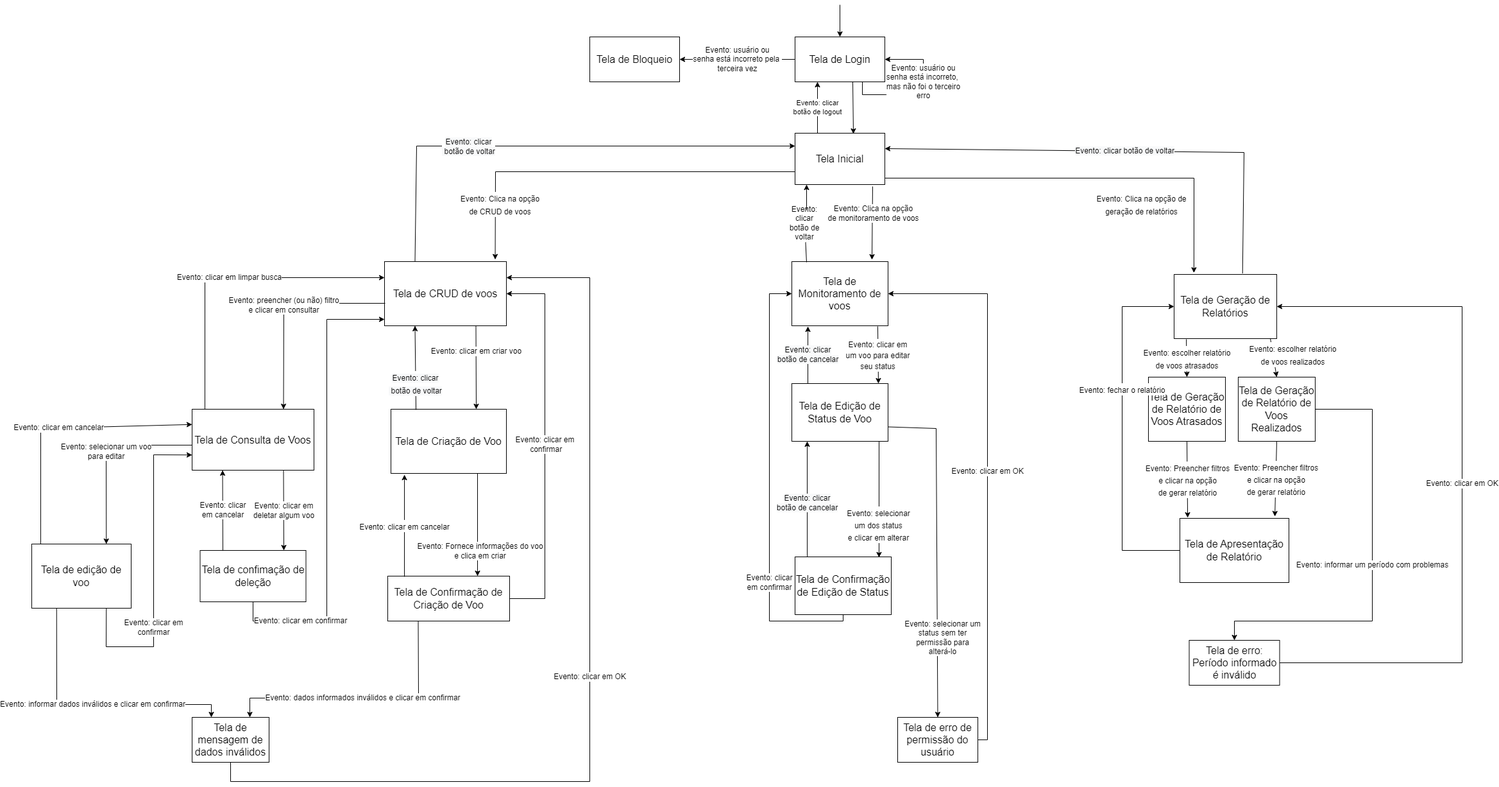
This is documentacao-final/Diagrama de Navegação.png from rafnakusp/projetoEngSoft, a draw.io export, as it was before one commit. Source tidied: cells renumbered, new cells last; positions are measured from the earlier drawing's top-left corner, leaving out a move shared by most shapes.
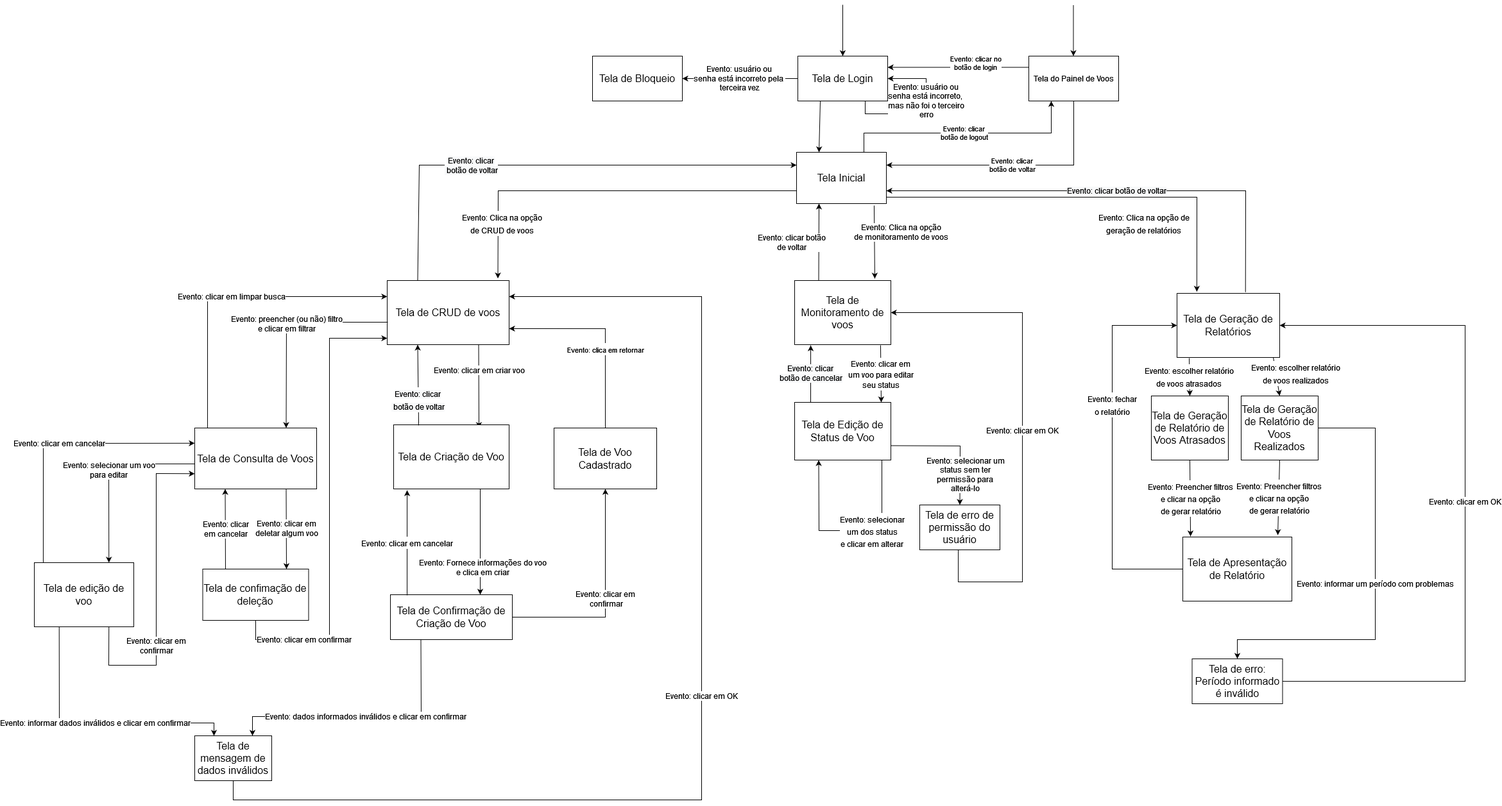
The same file after the commit.

Commit message:
Atualização: Diagrama de Navegação

Diff of the diagram source:
```diff
@@ -6,3 +6,3 @@
       <mxGeometry relative="1" as="geometry">
-        <mxPoint x="1260" as="sourcePoint" />
+        <mxPoint x="1260" y="-30" as="sourcePoint" />
       </mxGeometry>
@@ -16,8 +16,6 @@
     <mxCell id="5" value="Tela Inicial" style="rounded=0;whiteSpace=wrap;html=1;fontSize=16;" parent="1" vertex="1">
-      <mxGeometry x="1190" y="200" width="140" height="80" as="geometry" />
+      <mxGeometry x="1188" y="200" width="140" height="80" as="geometry" />
     </mxCell>
-    <mxCell id="6" style="endArrow=classic;html=1;rounded=0;entryX=0.65;entryY=0.013;entryDx=0;entryDy=0;startArrow=none;entryPerimeter=0;" parent="1" edge="1" target="5">
-      <mxGeometry relative="1" as="geometry">
-        <mxPoint x="1280" y="120" as="sourcePoint" />
-      </mxGeometry>
+    <mxCell id="6" style="endArrow=classic;html=1;rounded=0;entryX=0.25;entryY=0;entryDx=0;entryDy=0;startArrow=none;exitX=0.25;exitY=1;exitDx=0;exitDy=0;" parent="1" edge="1" source="4" target="5">
+      <mxGeometry relative="1" as="geometry" />
     </mxCell>
@@ -33,3 +31,5 @@
     <mxCell id="10" value="Evento: Clica na opção &lt;br&gt;de monitoramento de voos" style="edgeLabel;html=1;align=center;verticalAlign=middle;fontSize=12;" parent="9" vertex="1">
-      <mxGeometry x="-0.29" y="1" relative="1" as="geometry" />
+      <mxGeometry x="-0.29" y="1" relative="1" as="geometry">
+        <mxPoint x="40" as="offset" />
+      </mxGeometry>
     </mxCell>
@@ -62,14 +62,10 @@
     </mxCell>
-    <mxCell id="16" style="endArrow=classic;html=1;rounded=0;fontSize=12;startArrow=none;" parent="1" edge="1">
-      <mxGeometry relative="1" as="geometry">
-        <mxPoint x="1208" y="320" as="sourcePoint" />
-        <mxPoint x="1208" y="280" as="targetPoint" />
-      </mxGeometry>
+    <mxCell id="16" style="endArrow=classic;html=1;rounded=0;fontSize=12;startArrow=none;exitX=0.25;exitY=0;exitDx=0;exitDy=0;entryX=0.25;entryY=1;entryDx=0;entryDy=0;" parent="1" edge="1" source="8" target="5">
+      <mxGeometry relative="1" as="geometry" />
     </mxCell>
-    <mxCell id="17" value="Evento: clicar botão de voltar" style="text;html=1;strokeColor=none;fillColor=none;align=center;verticalAlign=middle;whiteSpace=wrap;rounded=0;fontSize=12;" parent="1" vertex="1">
-      <mxGeometry x="1175" y="310" width="60" height="60" as="geometry" />
-    </mxCell>
-    <mxCell id="18" style="endArrow=none;html=1;rounded=0;fontSize=12;exitX=0.153;exitY=0.01;exitDx=0;exitDy=0;exitPerimeter=0;" parent="1" edge="1" source="8" target="17">
-      <mxGeometry relative="1" as="geometry" />
-    </mxCell>
+    <mxCell id="69" value="Evento: clicar botão &lt;br&gt;de voltar" style="edgeLabel;html=1;align=center;verticalAlign=middle;fontSize=12;" parent="16" vertex="1">
+      <mxGeometry x="0.33" y="1" relative="1" as="geometry">
+        <mxPoint x="-42" y="20" as="offset" />
+      </mxGeometry>
+    </mxCell>
     <mxCell id="19" style="endArrow=classic;html=1;rounded=0;fontSize=12;entryX=0;entryY=0.25;entryDx=0;entryDy=0;startArrow=none;exitX=0.25;exitY=0;exitDx=0;exitDy=0;" parent="1" edge="1" source="7" target="5">
@@ -84,7 +80,6 @@
     </mxCell>
-    <mxCell id="21" value="&lt;span style=&quot;background-color: rgb(248, 249, 250);&quot;&gt;Evento: clicar botão de voltar&lt;/span&gt;" style="endArrow=classic;html=1;rounded=0;fontSize=12;exitX=0.667;exitY=-0.017;exitDx=0;exitDy=0;exitPerimeter=0;" parent="1" edge="1" source="13">
+    <mxCell id="21" value="&lt;span style=&quot;background-color: rgb(248, 249, 250);&quot;&gt;Evento: clicar botão de voltar&lt;/span&gt;" style="endArrow=classic;html=1;rounded=0;fontSize=12;exitX=0.667;exitY=-0.017;exitDx=0;exitDy=0;exitPerimeter=0;entryX=1;entryY=0.75;entryDx=0;entryDy=0;" parent="1" edge="1" source="13" target="5">
       <mxGeometry relative="1" as="geometry">
-        <mxPoint x="1330" y="224" as="targetPoint" />
         <Array as="points">
-          <mxPoint x="1890" y="230" />
+          <mxPoint x="1888" y="260" />
         </Array>
@@ -128,7 +123,7 @@
     </mxCell>
-    <mxCell id="32" value="&lt;font style=&quot;font-size: 12px;&quot;&gt;Evento: fechar o relatório&lt;/font&gt;" style="endArrow=classic;html=1;rounded=0;fontSize=16;exitX=0;exitY=0.5;exitDx=0;exitDy=0;entryX=0;entryY=0.5;entryDx=0;entryDy=0;" parent="1" edge="1" source="29" target="13">
+    <mxCell id="32" value="&lt;div&gt;&lt;font style=&quot;font-size: 12px;&quot;&gt;Evento: fechar &lt;br&gt;&lt;/font&gt;&lt;/div&gt;&lt;div&gt;&lt;font style=&quot;font-size: 12px;&quot;&gt;o relatório&lt;/font&gt;&lt;/div&gt;" style="endArrow=classic;html=1;rounded=0;fontSize=16;exitX=0;exitY=0.5;exitDx=0;exitDy=0;entryX=0;entryY=0.5;entryDx=0;entryDy=0;" parent="1" edge="1" source="29" target="13">
       <mxGeometry x="0.24" relative="1" as="geometry">
         <Array as="points">
-          <mxPoint x="1700" y="850" />
-          <mxPoint x="1700" y="470" />
+          <mxPoint x="1680" y="850" />
+          <mxPoint x="1680" y="470" />
         </Array>
@@ -136,24 +131,12 @@
     </mxCell>
-    <mxCell id="33" value="&lt;font size=&quot;3&quot;&gt;Tela de Confirmação de Edição de Status&lt;/font&gt;" style="rounded=0;whiteSpace=wrap;html=1;fontSize=12;" parent="1" vertex="1">
-      <mxGeometry x="1190" y="860" width="150" height="90" as="geometry" />
-    </mxCell>
-    <mxCell id="34" value="&lt;font style=&quot;font-size: 12px;&quot;&gt;Evento: selecionar&lt;br&gt;um dos status&lt;br&gt;e clicar em alterar&lt;br&gt;&lt;/font&gt;" style="endArrow=classic;html=1;rounded=0;fontSize=16;entryX=0.873;entryY=0.011;entryDx=0;entryDy=0;entryPerimeter=0;" parent="1" edge="1" target="33">
-      <mxGeometry x="0.44" y="-1" relative="1" as="geometry">
+    <mxCell id="34" value="&lt;font style=&quot;font-size: 12px;&quot;&gt;Evento: selecionar&lt;br&gt;um dos status&lt;br&gt;e clicar em alterar&lt;br&gt;&lt;/font&gt;" style="endArrow=classic;html=1;rounded=0;fontSize=16;entryX=0.25;entryY=1;entryDx=0;entryDy=0;" parent="1" edge="1" target="23">
+      <mxGeometry x="-0.22" relative="1" as="geometry">
         <mxPoint x="1321" y="680" as="sourcePoint" />
+        <Array as="points">
+          <mxPoint x="1321" y="790" />
+          <mxPoint x="1223" y="790" />
+        </Array>
+        <mxPoint y="1" as="offset" />
       </mxGeometry>
     </mxCell>
-    <mxCell id="35" value="&lt;span style=&quot;color: rgb(0, 0, 0); font-family: Helvetica; font-size: 12px; font-style: normal; font-variant-ligatures: normal; font-variant-caps: normal; font-weight: 400; letter-spacing: normal; orphans: 2; text-align: center; text-indent: 0px; text-transform: none; widows: 2; word-spacing: 0px; -webkit-text-stroke-width: 0px; background-color: rgb(248, 249, 250); text-decoration-thickness: initial; text-decoration-style: initial; text-decoration-color: initial; float: none; display: inline !important;&quot;&gt;Evento: clicar&lt;/span&gt;&lt;br style=&quot;color: rgb(0, 0, 0); font-family: Helvetica; font-size: 12px; font-style: normal; font-variant-ligatures: normal; font-variant-caps: normal; font-weight: 400; letter-spacing: normal; orphans: 2; text-align: center; text-indent: 0px; text-transform: none; widows: 2; word-spacing: 0px; -webkit-text-stroke-width: 0px; text-decoration-thickness: initial; text-decoration-style: initial; text-decoration-color: initial;&quot;&gt;&lt;span style=&quot;color: rgb(0, 0, 0); font-family: Helvetica; font-size: 12px; font-style: normal; font-variant-ligatures: normal; font-variant-caps: normal; font-weight: 400; letter-spacing: normal; orphans: 2; text-align: center; text-indent: 0px; text-transform: none; widows: 2; word-spacing: 0px; -webkit-text-stroke-width: 0px; background-color: rgb(248, 249, 250); text-decoration-thickness: initial; text-decoration-style: initial; text-decoration-color: initial; float: none; display: inline !important;&quot;&gt;botão de cancelar&lt;/span&gt;" style="endArrow=classic;html=1;rounded=0;fontSize=12;exitX=0.127;exitY=0;exitDx=0;exitDy=0;exitPerimeter=0;" parent="1" edge="1" source="33">
-      <mxGeometry x="-0.07" relative="1" as="geometry">
-        <mxPoint x="1209" y="680" as="targetPoint" />
-      </mxGeometry>
-    </mxCell>
-    <mxCell id="36" value="Evento: clicar&lt;br&gt;em confirmar" style="endArrow=classic;html=1;rounded=0;fontSize=12;exitX=0.5;exitY=1;exitDx=0;exitDy=0;entryX=0;entryY=0.5;entryDx=0;entryDy=0;" parent="1" edge="1" source="33" target="8">
-      <mxGeometry x="-0.45" relative="1" as="geometry">
-        <Array as="points">
-          <mxPoint x="1265" y="960" />
-          <mxPoint x="1150" y="960" />
-          <mxPoint x="1150" y="450" />
-        </Array>
-      </mxGeometry>
-    </mxCell>
     <mxCell id="37" value="Evento: clicar em criar voo" style="endArrow=classic;html=1;rounded=0;fontSize=12;exitX=0.75;exitY=1;exitDx=0;exitDy=0;" parent="1" edge="1" source="7">
@@ -164,3 +147,3 @@
     <mxCell id="38" value="&lt;font size=&quot;3&quot;&gt;Tela de Criação de Voo&lt;/font&gt;" style="rounded=0;whiteSpace=wrap;html=1;fontSize=12;" parent="1" vertex="1">
-      <mxGeometry x="560" y="630" width="180" height="100" as="geometry" />
+      <mxGeometry x="560" y="625" width="180" height="100" as="geometry" />
     </mxCell>
@@ -185,7 +168,6 @@
     </mxCell>
-    <mxCell id="44" value="Evento: clicar em&lt;br&gt;&amp;nbsp;confirmar" style="endArrow=classic;html=1;rounded=0;fontSize=12;entryX=1;entryY=0.5;entryDx=0;entryDy=0;exitX=1;exitY=0.5;exitDx=0;exitDy=0;" parent="1" edge="1" source="42" target="7">
+    <mxCell id="44" value="Evento: clicar em&lt;br&gt;&amp;nbsp;confirmar" style="endArrow=classic;html=1;rounded=0;fontSize=12;exitX=1;exitY=0.5;exitDx=0;exitDy=0;entryX=0.5;entryY=1;entryDx=0;entryDy=0;" parent="1" edge="1" source="42" target="77">
       <mxGeometry relative="1" as="geometry">
         <Array as="points">
-          <mxPoint x="800" y="925" />
-          <mxPoint x="800" y="450" />
+          <mxPoint x="890" y="925" />
         </Array>
@@ -196,3 +178,3 @@
     </mxCell>
-    <mxCell id="46" value="Evento: preencher (ou não) filtro&lt;br&gt;e clicar em consultar" style="endArrow=classic;html=1;rounded=0;fontSize=12;exitX=0.005;exitY=0.65;exitDx=0;exitDy=0;entryX=0.75;entryY=0;entryDx=0;entryDy=0;exitPerimeter=0;" parent="1" edge="1" source="7" target="45">
+    <mxCell id="46" value="Evento: preencher (ou não) filtro&lt;br&gt;e clicar em filtrar" style="endArrow=classic;html=1;rounded=0;fontSize=12;exitX=0.005;exitY=0.65;exitDx=0;exitDy=0;entryX=0.75;entryY=0;entryDx=0;entryDy=0;exitPerimeter=0;" parent="1" edge="1" source="7" target="45">
       <mxGeometry relative="1" as="geometry">
@@ -244,3 +226,3 @@
         <Array as="points">
-          <mxPoint x="14" y="660" />
+          <mxPoint x="14" y="654" />
         </Array>
@@ -280,4 +262,4 @@
           <mxPoint x="310" y="1210" />
-          <mxPoint x="870" y="1210" />
-          <mxPoint x="870" y="425" />
+          <mxPoint x="1040" y="1210" />
+          <mxPoint x="1040" y="425" />
         </Array>
@@ -285,7 +267,9 @@
     </mxCell>
-    <mxCell id="60" value="Evento: clicar em OK" style="edgeStyle=orthogonalEdgeStyle;rounded=0;jettySize=auto;html=1;entryX=1;entryY=0.5;entryDx=0;entryDy=0;fontSize=12;endArrow=classic;endFill=1;" parent="1" edge="1" source="61" target="8">
+    <mxCell id="60" value="Evento: clicar em OK" style="edgeStyle=orthogonalEdgeStyle;rounded=0;jettySize=auto;html=1;entryX=1;entryY=0.5;entryDx=0;entryDy=0;fontSize=12;endArrow=classic;endFill=1;exitX=0.5;exitY=1;exitDx=0;exitDy=0;" parent="1" edge="1" source="61" target="8">
       <mxGeometry relative="1" as="geometry">
         <Array as="points">
-          <mxPoint x="1490" y="1145" />
-          <mxPoint x="1490" y="450" />
+          <mxPoint x="1440" y="820" />
+          <mxPoint x="1440" y="870" />
+          <mxPoint x="1540" y="870" />
+          <mxPoint x="1540" y="450" />
         </Array>
@@ -294,3 +278,3 @@
     <mxCell id="61" value="Tela de erro de permissão do usuário" style="rounded=0;whiteSpace=wrap;html=1;fontSize=16;" parent="1" vertex="1">
-      <mxGeometry x="1350" y="1110" width="125" height="70" as="geometry" />
+      <mxGeometry x="1380" y="750" width="125" height="70" as="geometry" />
     </mxCell>
@@ -299,3 +283,3 @@
         <Array as="points">
-          <mxPoint x="1410" y="660" />
+          <mxPoint x="1443" y="658" />
         </Array>
@@ -335,5 +319,43 @@
     </mxCell>
-    <mxCell id="68" value="Evento: clicar&lt;br&gt;botão de logout" style="endArrow=classic;html=1;rounded=0;entryX=0.25;entryY=1;entryDx=0;entryDy=0;exitX=0.25;exitY=0;exitDx=0;exitDy=0;" parent="1" edge="1" source="5" target="4">
-      <mxGeometry relative="1" as="geometry" />
+    <mxCell id="68" value="Evento: clicar&lt;br&gt;botão de logout" style="endArrow=classic;html=1;rounded=0;entryX=0.25;entryY=1;entryDx=0;entryDy=0;exitX=0.75;exitY=0;exitDx=0;exitDy=0;" parent="1" edge="1" source="5" target="72">
+      <mxGeometry relative="1" as="geometry">
+        <Array as="points">
+          <mxPoint x="1293" y="170" />
+          <mxPoint x="1585" y="170" />
+        </Array>
+      </mxGeometry>
     </mxCell>
+    <mxCell id="70" style="edgeStyle=orthogonalEdgeStyle;rounded=0;jettySize=auto;html=1;exitX=0;exitY=0.25;exitDx=0;exitDy=0;entryX=1;entryY=0.25;entryDx=0;entryDy=0;" parent="1" edge="1" source="72" target="4">
+      <mxGeometry relative="1" as="geometry" />
+    </mxCell>
+    <mxCell id="71" value="Evento: clicar no &lt;br&gt;botão de login" style="edgeLabel;html=1;align=center;verticalAlign=middle;fontSize=11;" parent="70" vertex="1">
+      <mxGeometry x="-0.25" y="3" relative="1" as="geometry">
+        <mxPoint y="-10" as="offset" />
+      </mxGeometry>
+    </mxCell>
+    <mxCell id="72" value="Tela do Painel de Voos" style="rounded=0;whiteSpace=wrap;html=1;" parent="1" vertex="1">
+      <mxGeometry x="1550" y="50" width="140" height="70" as="geometry" />
+    </mxCell>
+    <mxCell id="73" value="Evento: clicar&lt;br&gt;botão de voltar" style="endArrow=classic;html=1;rounded=0;exitX=0.5;exitY=1;exitDx=0;exitDy=0;entryX=1;entryY=0.25;entryDx=0;entryDy=0;" parent="1" edge="1" source="72" target="5">
+      <mxGeometry relative="1" as="geometry">
+        <Array as="points">
+          <mxPoint x="1620" y="220" />
+        </Array>
+      </mxGeometry>
+    </mxCell>
+    <mxCell id="74" style="endArrow=classic;html=1;rounded=0;entryX=0.5;entryY=0;entryDx=0;entryDy=0;" parent="1" edge="1">
+      <mxGeometry relative="1" as="geometry">
+        <mxPoint x="1619.5" y="-30" as="sourcePoint" />
+        <mxPoint x="1619.5" y="50" as="targetPoint" />
+      </mxGeometry>
+    </mxCell>
+    <mxCell id="75" style="edgeStyle=orthogonalEdgeStyle;rounded=0;jettySize=auto;html=1;exitX=0.5;exitY=0;exitDx=0;exitDy=0;entryX=1;entryY=0.75;entryDx=0;entryDy=0;fontSize=16;" parent="1" edge="1" source="77" target="7">
+      <mxGeometry relative="1" as="geometry" />
+    </mxCell>
+    <mxCell id="76" value="&lt;font style=&quot;font-size: 11px;&quot;&gt;Evento: clica em retornar&lt;/font&gt;" style="edgeLabel;html=1;align=center;verticalAlign=middle;fontSize=16;" parent="75" vertex="1">
+      <mxGeometry x="-0.19" y="1" relative="1" as="geometry" />
+    </mxCell>
+    <mxCell id="77" value="&lt;font style=&quot;font-size: 16px;&quot;&gt;Tela de Voo Cadastrado&lt;/font&gt;" style="rounded=0;whiteSpace=wrap;html=1;fontSize=11;" parent="1" vertex="1">
+      <mxGeometry x="810" y="630" width="160" height="95" as="geometry" />
+    </mxCell>
   </root>
```
